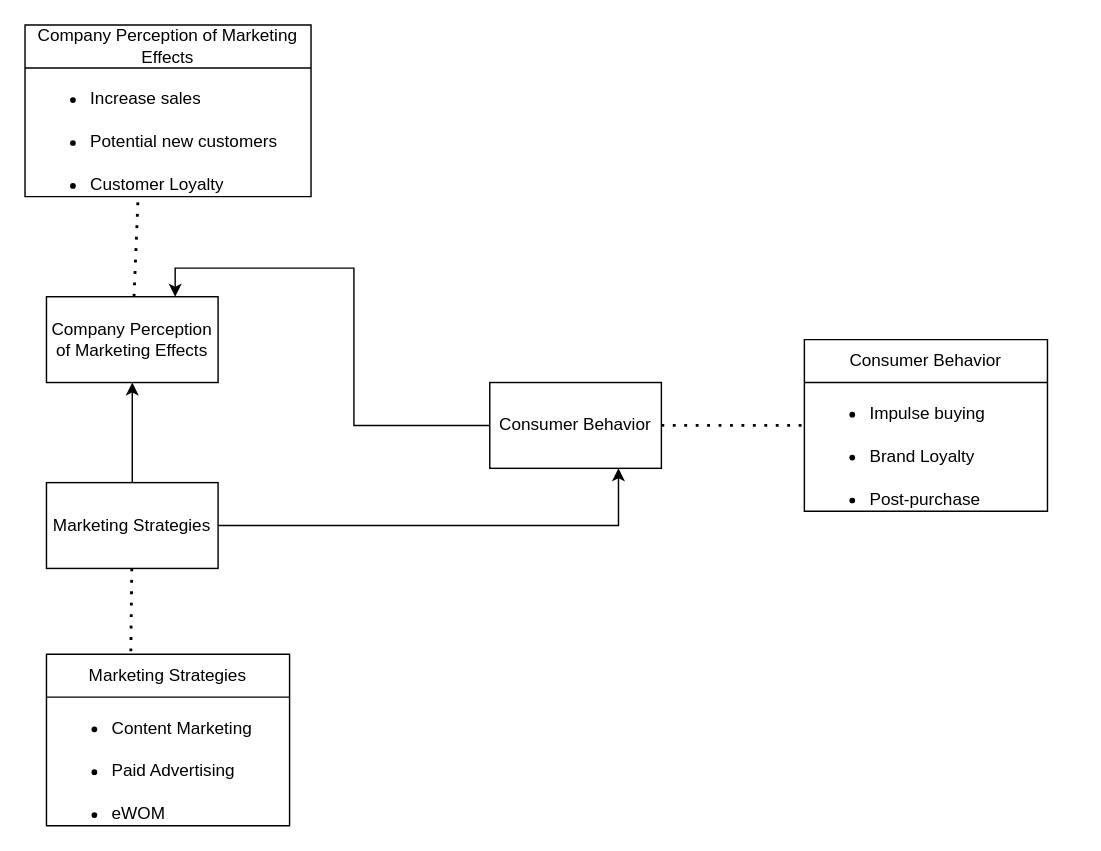
alejandroatacho/diagrams.net keeps this draw.io diagram as conceptualModelv3.drawio. Above is the earlier version. Source tidied: cells renumbered, new cells numbered last; positions are measured from the earlier drawing's top-left corner, leaving out a move shared by most shapes. Both pictures are drawn from the tidied source at 143%, with x=0, y=0 at pixel (24, 24).
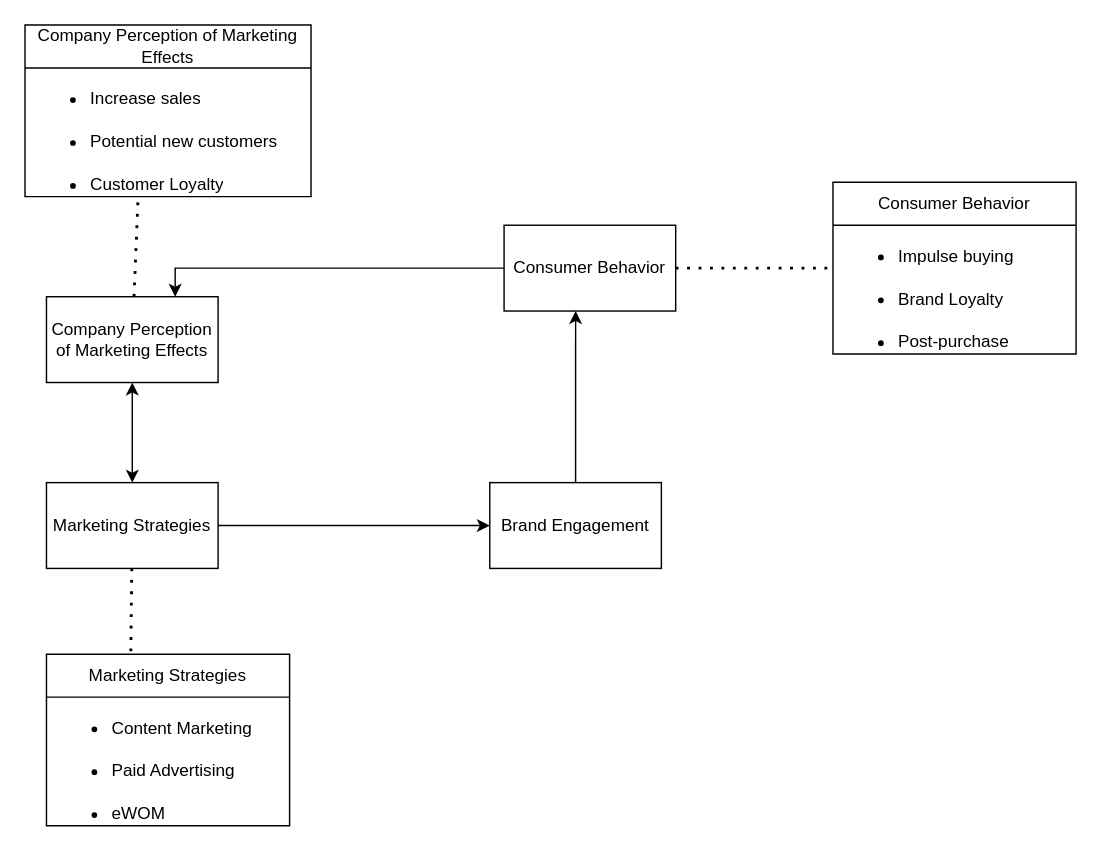
The same diagram, later.

The change refers to these unchanged cells:
```xml
<mxCell id="4" value="Marketing Strategies" style="rounded=0;whiteSpace=wrap;html=1;" parent="1" vertex="1">
  <mxGeometry x="15" y="320" width="120" height="60" as="geometry" />
</mxCell>
<mxCell id="7" value="Company Perception of Marketing Effects" style="rounded=0;whiteSpace=wrap;html=1;" parent="1" vertex="1">
  <mxGeometry x="15" y="190" width="120" height="60" as="geometry" />
</mxCell>
```

Change to the diagram source:
```diff
@@
-    <mxCell id="2" style="edgeStyle=orthogonalEdgeStyle;rounded=0;jettySize=auto;html=1;entryX=0.75;entryY=1;entryDx=0;entryDy=0;" parent="1" edge="1" source="4" target="6">
-      <mxGeometry relative="1" as="geometry" />
-    </mxCell>
-    <mxCell id="3" style="edgeStyle=orthogonalEdgeStyle;rounded=0;jettySize=auto;html=1;" parent="1" edge="1" source="4" target="7">
-      <mxGeometry relative="1" as="geometry" />
-    </mxCell>
+    <mxCell id="23" style="edgeStyle=orthogonalEdgeStyle;rounded=0;jettySize=auto;html=1;exitX=1;exitY=0.5;exitDx=0;exitDy=0;entryX=0;entryY=0.5;entryDx=0;entryDy=0;" parent="1" edge="1" source="4" target="24">
+      <mxGeometry relative="1" as="geometry" />
+    </mxCell>
@@
     <mxCell id="6" value="Consumer Behavior" style="rounded=0;whiteSpace=wrap;html=1;" parent="1" vertex="1">
-      <mxGeometry x="325" y="250" width="120" height="60" as="geometry" />
+      <mxGeometry x="335" y="140" width="120" height="60" as="geometry" />
     </mxCell>
@@
     <mxCell id="8" value="Consumer Behavior" style="swimlane;fontStyle=0;horizontal=1;startSize=30;whiteSpace=wrap;html=1;" parent="1" vertex="1">
-      <mxGeometry x="545" y="220" width="170" height="120" as="geometry" />
+      <mxGeometry x="565" y="110" width="170" height="120" as="geometry" />
     </mxCell>
@@
+    <mxCell id="24" value="Brand Engagement" style="rounded=0;whiteSpace=wrap;html=1;" parent="1" vertex="1">
+      <mxGeometry x="325" y="320" width="120" height="60" as="geometry" />
+    </mxCell>
+    <mxCell id="3" style="endArrow=classic;startArrow=classic;html=1;rounded=0;entryX=0.5;entryY=1;entryDx=0;entryDy=0;exitX=0.5;exitY=0;exitDx=0;exitDy=0;" parent="1" edge="1" source="4" target="7">
+      <mxGeometry relative="1" as="geometry" />
+    </mxCell>
+    <mxCell id="25" style="edgeStyle=orthogonalEdgeStyle;rounded=0;jettySize=auto;html=1;exitX=0.5;exitY=0;exitDx=0;exitDy=0;entryX=0.417;entryY=1;entryDx=0;entryDy=0;entryPerimeter=0;" parent="1" edge="1" source="24" target="6">
+      <mxGeometry relative="1" as="geometry" />
+    </mxCell>
```
